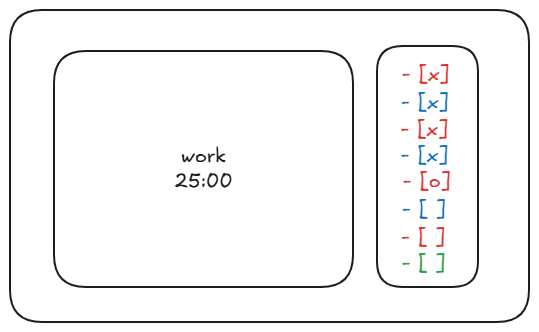
ryo-kam/pommo keeps this Excalidraw diagram as docs/designs/show-list-of-pommos.excalidraw.png. Above is the earlier version. Source tidied: one line per element, renumbered; positions are measured from the earlier drawing's top-left corner, leaving out a move shared by most shapes. The source it was exported from:
```json
{"id": 0, "type": "rectangle", "strokeColor": "#1e1e1e", "strokeWidth": 2, "roughness": 0, "round": true, "x": 0, "y": 0, "width": 519, "height": 312}
{"id": 1, "type": "rectangle", "strokeColor": "#1e1e1e", "strokeWidth": 2, "roughness": 0, "round": true, "x": 44, "y": 41, "width": 299, "height": 236}
{"id": 2, "type": "text", "text": "work\n25:00", "strokeColor": "#1e1e1e", "strokeWidth": 2, "strokeStyle": "dashed", "roughness": 0, "fontSize": 20, "fontFamily": 5, "textAlign": "center", "verticalAlign": "middle", "inside": 1, "x": 164, "y": 134, "width": 58, "height": 50}
{"id": 3, "type": "rectangle", "strokeColor": "#1e1e1e", "strokeWidth": 2, "roughness": 0, "round": true, "x": 367, "y": 36, "width": 101, "height": 241}
{"id": 4, "type": "text", "text": "- [x]", "strokeColor": "#e03131", "strokeWidth": 2, "roughness": 1, "fontSize": 20, "fontFamily": 5, "x": 392, "y": 52, "width": 47, "height": 25}
{"id": 5, "type": "text", "text": "- [x]", "strokeColor": "#1971c2", "strokeWidth": 2, "roughness": 1, "fontSize": 20, "fontFamily": 5, "x": 391, "y": 80, "width": 47, "height": 25}
{"id": 6, "type": "text", "text": "- [x]", "strokeColor": "#e03131", "strokeWidth": 2, "roughness": 1, "fontSize": 20, "fontFamily": 5, "x": 391, "y": 108, "width": 47, "height": 25}
{"id": 7, "type": "text", "text": "- [x]", "strokeColor": "#1971c2", "strokeWidth": 2, "roughness": 1, "fontSize": 20, "fontFamily": 5, "x": 391, "y": 133, "width": 47, "height": 25}
{"id": 8, "type": "text", "text": "- [o]", "strokeColor": "#e03131", "strokeWidth": 2, "roughness": 1, "fontSize": 20, "fontFamily": 5, "x": 393, "y": 159, "width": 48, "height": 25}
{"id": 9, "type": "text", "text": "- [ ]", "strokeColor": "#1971c2", "strokeWidth": 2, "roughness": 1, "fontSize": 20, "fontFamily": 5, "x": 392, "y": 188, "width": 44, "height": 25}
{"id": 10, "type": "text", "text": "- [ ]", "strokeColor": "#e03131", "strokeWidth": 2, "roughness": 1, "fontSize": 20, "fontFamily": 5, "x": 392, "y": 215, "width": 44, "height": 25}
{"id": 11, "type": "text", "text": "- [ ]", "strokeColor": "#2f9e44", "strokeWidth": 2, "roughness": 1, "fontSize": 20, "fontFamily": 5, "x": 392, "y": 242, "width": 44, "height": 25}
```
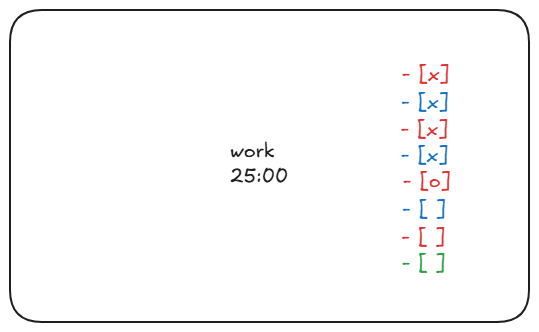
Later version of the same file.

Commit message:
show all pommos on the side

What changed in the source:
```diff
@@ -1,7 +1,4 @@
 {"id": 0, "type": "rectangle", "strokeColor": "#1e1e1e", "strokeWidth": 2, "roughness": 0, "round": true, "x": 0, "y": 0, "width": 519, "height": 312}
-{"id": 1, "type": "rectangle", "strokeColor": "#1e1e1e", "strokeWidth": 2, "roughness": 0, "round": true, "x": 44, "y": 41, "width": 299, "height": 236}
-{"id": 2, "type": "text", "text": "work\n25:00", "strokeColor": "#1e1e1e", "strokeWidth": 2, "strokeStyle": "dashed", "roughness": 0, "fontSize": 20, "fontFamily": 5, "textAlign": "center", "verticalAlign": "middle", "inside": 1, "x": 164, "y": 134, "width": 58, "height": 50}
-{"id": 3, "type": "rectangle", "strokeColor": "#1e1e1e", "strokeWidth": 2, "roughness": 0, "round": true, "x": 367, "y": 36, "width": 101, "height": 241}
 {"id": 4, "type": "text", "text": "- [x]", "strokeColor": "#e03131", "strokeWidth": 2, "roughness": 1, "fontSize": 20, "fontFamily": 5, "x": 392, "y": 52, "width": 47, "height": 25}
 {"id": 5, "type": "text", "text": "- [x]", "strokeColor": "#1971c2", "strokeWidth": 2, "roughness": 1, "fontSize": 20, "fontFamily": 5, "x": 391, "y": 80, "width": 47, "height": 25}
 {"id": 6, "type": "text", "text": "- [x]", "strokeColor": "#e03131", "strokeWidth": 2, "roughness": 1, "fontSize": 20, "fontFamily": 5, "x": 391, "y": 108, "width": 47, "height": 25}
@@ -10,3 +7,4 @@
 {"id": 9, "type": "text", "text": "- [ ]", "strokeColor": "#1971c2", "strokeWidth": 2, "roughness": 1, "fontSize": 20, "fontFamily": 5, "x": 392, "y": 188, "width": 44, "height": 25}
 {"id": 10, "type": "text", "text": "- [ ]", "strokeColor": "#e03131", "strokeWidth": 2, "roughness": 1, "fontSize": 20, "fontFamily": 5, "x": 392, "y": 215, "width": 44, "height": 25}
 {"id": 11, "type": "text", "text": "- [ ]", "strokeColor": "#2f9e44", "strokeWidth": 2, "roughness": 1, "fontSize": 20, "fontFamily": 5, "x": 392, "y": 242, "width": 44, "height": 25}
+{"id": 2, "type": "text", "text": "work\n25:00", "strokeColor": "#1e1e1e", "strokeWidth": 2, "roughness": 1, "fontSize": 20, "fontFamily": 5, "x": 220, "y": 130, "width": 58, "height": 50}
```
